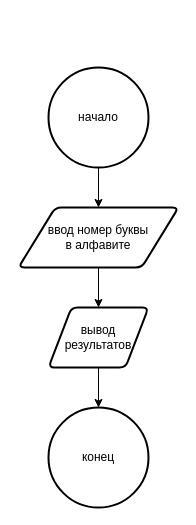
Before: page "les_1_task_5" (4 of 6) of less-1/Диаграмма без названия.drawio in AiDevon/gb_groups_39870, a draw.io diagram. Source tidied: cells renumbered, new cells numbered last; positions are measured from the earlier drawing's top-left corner, leaving out a move shared by most shapes. Both pictures are drawn from the tidied source at 100%, with x=0, y=0 at pixel (18, 67).
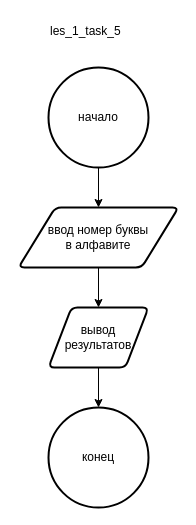
After the change.

Change to the diagram source:
```diff
@@
 <mxGraphModel>
   <root>
     <mxCell id="0" />
     <mxCell id="1" parent="0" />
     <mxCell id="2" style="edgeStyle=orthogonalEdgeStyle;rounded=0;jettySize=auto;html=1;entryX=0.5;entryY=0;entryDx=0;entryDy=0;" parent="1" edge="1" source="3" target="5">
       <mxGeometry relative="1" as="geometry" />
     </mxCell>
     <mxCell id="3" value="начало" style="strokeWidth=2;html=1;shape=mxgraph.flowchart.start_2;whiteSpace=wrap;" parent="1" vertex="1">
       <mxGeometry x="30" width="100" height="100" as="geometry" />
     </mxCell>
     <mxCell id="4" style="edgeStyle=orthogonalEdgeStyle;rounded=0;jettySize=auto;html=1;entryX=0.5;entryY=0;entryDx=0;entryDy=0;" parent="1" edge="1" source="5" target="7">
       <mxGeometry relative="1" as="geometry" />
     </mxCell>
     <mxCell id="5" value="ввод номер буквы&lt;br&gt;в алфавите" style="shape=parallelogram;html=1;strokeWidth=2;perimeter=parallelogramPerimeter;whiteSpace=wrap;rounded=1;arcSize=12;size=0.23;" parent="1" vertex="1">
       <mxGeometry y="140" width="160" height="60" as="geometry" />
     </mxCell>
     <mxCell id="6" style="edgeStyle=orthogonalEdgeStyle;rounded=0;jettySize=auto;html=1;entryX=0.5;entryY=0;entryDx=0;entryDy=0;entryPerimeter=0;" parent="1" edge="1" source="7" target="8">
       <mxGeometry relative="1" as="geometry" />
     </mxCell>
     <mxCell id="7" value="вывод результатов" style="shape=parallelogram;html=1;strokeWidth=2;perimeter=parallelogramPerimeter;whiteSpace=wrap;rounded=1;arcSize=12;size=0.23;" parent="1" vertex="1">
       <mxGeometry x="30" y="240" width="100" height="60" as="geometry" />
     </mxCell>
     <mxCell id="8" value="конец" style="strokeWidth=2;html=1;shape=mxgraph.flowchart.start_2;whiteSpace=wrap;" parent="1" vertex="1">
       <mxGeometry x="30" y="340" width="100" height="100" as="geometry" />
     </mxCell>
+    <mxCell id="9" value="les_1_task_5" style="text;whiteSpace=wrap;html=1;" parent="1" vertex="1">
+      <mxGeometry x="30" y="-50" width="100" height="30" as="geometry" />
+    </mxCell>
   </root>
 </mxGraphModel>
```
